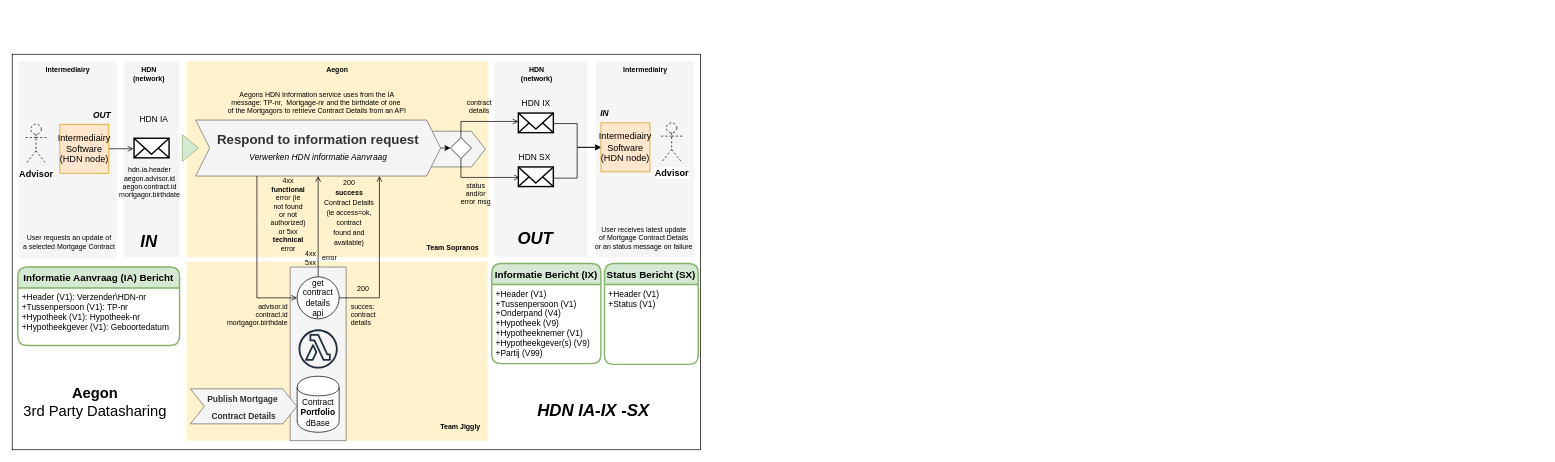
Above: page "Communicatie" (1 of 22) of 3rdPartyDatasharing-HDN-IA-IX.drawio in luchthandel/diagrams (draw.io), before the change. Source tidied: cells renumbered, new cells numbered last; positions are measured from the earlier drawing's top-left corner, leaving out a move shared by most shapes. Both pictures are drawn from the tidied source at 70%, with x=0, y=0 at pixel (12, 54). Pictures stored in the file or linked from it are replaced by grey dashed boxes.
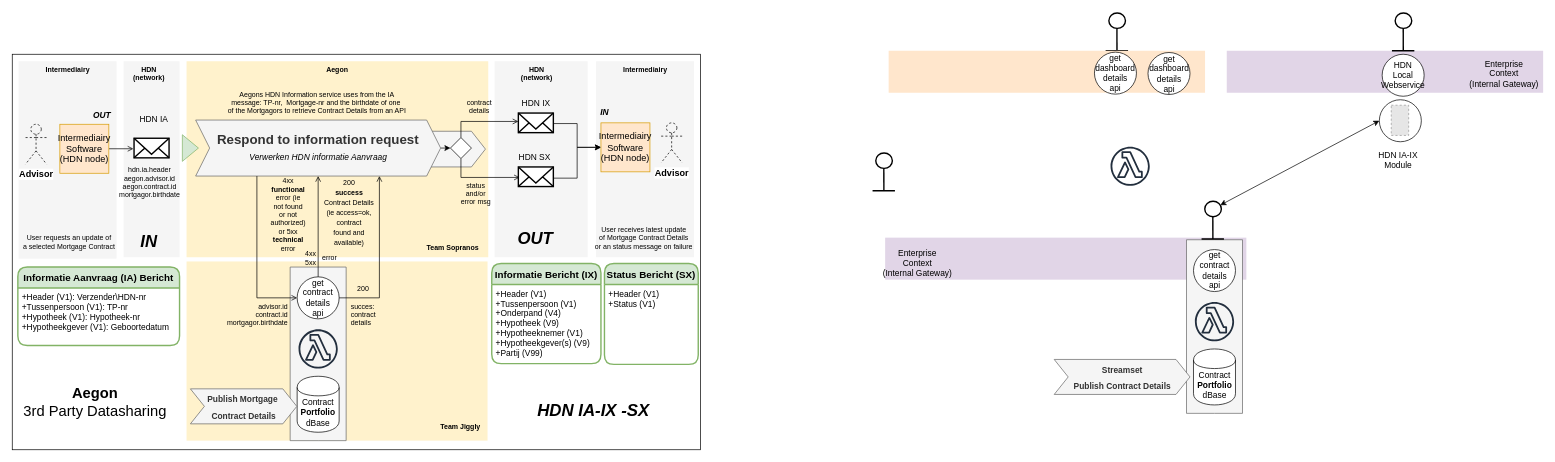
After the change.

What changed in the source:
```diff
@@
+    <mxCell id="78" style="rounded=0;whiteSpace=wrap;html=1;strokeWidth=2;fillColor=#e1d5e7;strokeColor=none;" parent="1" vertex="1">
+      <mxGeometry x="1735" y="-5" width="452" height="60" as="geometry" />
+    </mxCell>
+    <mxCell id="79" style="rounded=0;whiteSpace=wrap;html=1;strokeWidth=2;fillColor=#e1d5e7;strokeColor=none;" parent="1" vertex="1">
+      <mxGeometry x="1247" y="262" width="516" height="60" as="geometry" />
+    </mxCell>
@@
+    <mxCell id="80" value="&lt;b&gt;&lt;br&gt;&lt;/b&gt;" style="shape=step;perimeter=stepPerimeter;whiteSpace=wrap;html=1;fixedSize=1;fontSize=19;align=center;fillColor=#f5f5f5;strokeColor=#666666;fontColor=#333333;rotation=-90;size=-1.3333333333333712;" parent="1" vertex="1">
+      <mxGeometry x="1593.5" y="349" width="248" height="80" as="geometry" />
+    </mxCell>
+    <mxCell id="81" value="Contract&lt;br&gt;&lt;b&gt;Portfolio&lt;/b&gt;&lt;br&gt;dBase" style="shape=cylinder;whiteSpace=wrap;html=1;boundedLbl=1;backgroundOutline=1;" parent="1" vertex="1">
+      <mxGeometry x="1687.5" y="421" width="60" height="80" as="geometry" />
+    </mxCell>
+    <mxCell id="82" value="get&lt;br&gt;contract&lt;br&gt;details&lt;br&gt;api" style="ellipse;whiteSpace=wrap;html=1;align=center;" parent="1" vertex="1">
+      <mxGeometry x="1687.5" y="279" width="60" height="60" as="geometry" />
+    </mxCell>
+    <mxCell id="83" style="fontColor=#232F3E;gradientColor=none;strokeColor=#232F3E;fillColor=none;dashed=0;verticalLabelPosition=bottom;verticalAlign=top;align=center;html=1;fontSize=12;fontStyle=0;shape=mxgraph.aws4.resourceIcon;resIcon=mxgraph.aws4.lambda_function;" parent="1" vertex="1">
+      <mxGeometry x="1682.5" y="347" width="70" height="70" as="geometry" />
+    </mxCell>
+    <mxCell id="84" value="&lt;b style=&quot;font-size: 12px&quot;&gt;Streamset&lt;br&gt;Publish Contract Details&lt;br&gt;&lt;/b&gt;" style="shape=step;perimeter=stepPerimeter;whiteSpace=wrap;html=1;fixedSize=1;fontSize=19;align=center;fillColor=#f5f5f5;strokeColor=#666666;fontColor=#333333;" parent="1" vertex="1">
+      <mxGeometry x="1488.5" y="436" width="194" height="50" as="geometry" />
+    </mxCell>
+    <mxCell id="85" style="fontColor=#232F3E;gradientColor=none;strokeColor=#232F3E;fillColor=none;dashed=0;verticalLabelPosition=bottom;verticalAlign=top;align=center;html=1;fontSize=12;fontStyle=0;shape=mxgraph.aws4.resourceIcon;resIcon=mxgraph.aws4.lambda_function;" parent="1" vertex="1">
+      <mxGeometry x="1562" y="125" width="70" height="70" as="geometry" />
+    </mxCell>
+    <mxCell id="86" style="group;strokeWidth=2;" parent="1" vertex="1">
+      <mxGeometry x="1699" y="210" width="32" height="54" as="geometry" />
+    </mxCell>
+    <mxCell id="87" style="ellipse;whiteSpace=wrap;html=1;strokeWidth=2;fillColor=#ffffff;strokeColor=#000000;" parent="86" vertex="1">
+      <mxGeometry x="4.6" width="23.7" height="22.1" as="geometry" />
+    </mxCell>
+    <mxCell id="88" style="endArrow=none;html=1;strokeWidth=2;" parent="86" edge="1">
+      <mxGeometry relative="1" as="geometry">
+        <mxPoint x="16.2" y="53.9" as="sourcePoint" />
+        <mxPoint x="16.1" y="22.1" as="targetPoint" />
+      </mxGeometry>
+    </mxCell>
+    <mxCell id="89" style="endArrow=none;html=1;strokeWidth=2;" parent="86" edge="1">
+      <mxGeometry relative="1" as="geometry">
+        <mxPoint y="53.9" as="sourcePoint" />
+        <mxPoint x="32" y="54" as="targetPoint" />
+      </mxGeometry>
+    </mxCell>
+    <mxCell id="90" style="group;strokeWidth=2;" parent="1" vertex="1">
+      <mxGeometry x="1562" y="-59" width="32" height="54" as="geometry" />
+    </mxCell>
+    <mxCell id="91" style="ellipse;whiteSpace=wrap;html=1;strokeWidth=2;fillColor=#ffffff;strokeColor=#000000;" parent="90" vertex="1">
+      <mxGeometry x="4.6" width="23.7" height="22.1" as="geometry" />
+    </mxCell>
+    <mxCell id="92" style="endArrow=none;html=1;strokeWidth=2;" parent="90" edge="1">
+      <mxGeometry relative="1" as="geometry">
+        <mxPoint x="16.2" y="53.9" as="sourcePoint" />
+        <mxPoint x="16.1" y="22.1" as="targetPoint" />
+      </mxGeometry>
+    </mxCell>
+    <mxCell id="93" style="endArrow=none;html=1;strokeWidth=2;" parent="90" edge="1">
+      <mxGeometry relative="1" as="geometry">
+        <mxPoint y="53.9" as="sourcePoint" />
+        <mxPoint x="32" y="54" as="targetPoint" />
+      </mxGeometry>
+    </mxCell>
+    <mxCell id="94" style="rounded=0;whiteSpace=wrap;html=1;strokeWidth=2;fillColor=#ffe6cc;strokeColor=none;" parent="1" vertex="1">
+      <mxGeometry x="1252" y="-5" width="452" height="60" as="geometry" />
+    </mxCell>
+    <mxCell id="95" style="group;strokeWidth=2;" parent="1" vertex="1">
+      <mxGeometry x="1971" y="-59" width="32" height="54" as="geometry" />
+    </mxCell>
+    <mxCell id="96" style="ellipse;whiteSpace=wrap;html=1;strokeWidth=2;fillColor=#ffffff;strokeColor=#000000;" parent="95" vertex="1">
+      <mxGeometry x="4.6" width="23.7" height="22.1" as="geometry" />
+    </mxCell>
+    <mxCell id="97" style="endArrow=none;html=1;strokeWidth=2;" parent="95" edge="1">
+      <mxGeometry relative="1" as="geometry">
+        <mxPoint x="16.2" y="53.9" as="sourcePoint" />
+        <mxPoint x="16.1" y="22.1" as="targetPoint" />
+      </mxGeometry>
+    </mxCell>
+    <mxCell id="98" style="endArrow=none;html=1;strokeWidth=2;" parent="95" edge="1">
+      <mxGeometry relative="1" as="geometry">
+        <mxPoint y="53.9" as="sourcePoint" />
+        <mxPoint x="32" y="54" as="targetPoint" />
+      </mxGeometry>
+    </mxCell>
+    <mxCell id="99" style="group;strokeWidth=2;" parent="1" vertex="1">
+      <mxGeometry x="1229" y="141" width="32" height="54" as="geometry" />
+    </mxCell>
+    <mxCell id="100" style="ellipse;whiteSpace=wrap;html=1;strokeWidth=2;fillColor=#ffffff;strokeColor=#000000;" parent="99" vertex="1">
+      <mxGeometry x="4.6" width="23.7" height="22.1" as="geometry" />
+    </mxCell>
+    <mxCell id="101" style="endArrow=none;html=1;strokeWidth=2;" parent="99" edge="1">
+      <mxGeometry relative="1" as="geometry">
+        <mxPoint x="16.2" y="53.9" as="sourcePoint" />
+        <mxPoint x="16.1" y="22.1" as="targetPoint" />
+      </mxGeometry>
+    </mxCell>
+    <mxCell id="102" style="endArrow=none;html=1;strokeWidth=2;" parent="99" edge="1">
+      <mxGeometry relative="1" as="geometry">
+        <mxPoint y="53.9" as="sourcePoint" />
+        <mxPoint x="32" y="54" as="targetPoint" />
+      </mxGeometry>
+    </mxCell>
+    <mxCell id="103" value="HDN&lt;br&gt;Local&lt;br&gt;Webservice" style="ellipse;whiteSpace=wrap;html=1;align=center;" parent="1" vertex="1">
+      <mxGeometry x="1957" width="60" height="60" as="geometry" />
+    </mxCell>
+    <mxCell id="104" value="&lt;div style=&quot;text-align: center&quot;&gt;&lt;span&gt;HDN IA-IX&lt;/span&gt;&lt;/div&gt;&lt;div style=&quot;text-align: center&quot;&gt;&lt;span&gt;Module&lt;/span&gt;&lt;/div&gt;" style="text;html=1;" parent="1" vertex="1">
+      <mxGeometry x="1950" y="130.5" width="68" height="41" as="geometry" />
+    </mxCell>
+    <mxCell id="105" style="group;" parent="1" vertex="1">
+      <mxGeometry x="1953" y="65" width="60" height="60" as="geometry" />
+    </mxCell>
+    <mxCell id="106" style="ellipse;whiteSpace=wrap;html=1;align=center;" parent="105" vertex="1">
+      <mxGeometry width="60" height="60" as="geometry" />
+    </mxCell>
+    <mxCell id="107" style="fillColor=#E6E6E6;strokeColor=#999999;dashed=1;verticalLabelPosition=bottom;labelBackgroundColor=#ffffff;verticalAlign=top;" parent="105" vertex="1">
+      <mxGeometry x="17" y="7.8" width="24.9" height="43.2" as="geometry" />
+    </mxCell>
+    <mxCell id="108" style="rounded=0;jettySize=auto;html=1;exitX=0;exitY=0.5;exitDx=0;exitDy=0;strokeWidth=1;jumpSize=6;jumpStyle=sharp;startArrow=classic;startFill=1;" parent="1" edge="1" source="106" target="87">
+      <mxGeometry relative="1" as="geometry" />
+    </mxCell>
+    <mxCell id="109" value="get&lt;br&gt;dashboard&lt;br&gt;details&lt;br&gt;api" style="ellipse;whiteSpace=wrap;html=1;align=center;" parent="1" vertex="1">
+      <mxGeometry x="1546" y="-3" width="60" height="60" as="geometry" />
+    </mxCell>
+    <mxCell id="110" value="get&lt;br&gt;dashboard&lt;br&gt;details&lt;br&gt;api" style="ellipse;whiteSpace=wrap;html=1;align=center;" parent="1" vertex="1">
+      <mxGeometry x="1622.5" y="-2.5" width="60" height="60" as="geometry" />
+    </mxCell>
+    <mxCell id="111" value="&lt;div style=&quot;text-align: center&quot;&gt;Enterprise&lt;/div&gt;&lt;div style=&quot;text-align: center&quot;&gt;Context&lt;/div&gt;&lt;div style=&quot;text-align: center&quot;&gt;(Internal Gateway)&lt;/div&gt;" style="text;html=1;" parent="1" vertex="1">
+      <mxGeometry x="2080" width="68" height="41" as="geometry" />
+    </mxCell>
+    <mxCell id="112" value="&lt;div style=&quot;text-align: center&quot;&gt;Enterprise&lt;/div&gt;&lt;div style=&quot;text-align: center&quot;&gt;Context&lt;/div&gt;&lt;div style=&quot;text-align: center&quot;&gt;(Internal Gateway)&lt;/div&gt;" style="text;html=1;" parent="1" vertex="1">
+      <mxGeometry x="1242" y="271" width="68" height="41" as="geometry" />
+    </mxCell>
```
